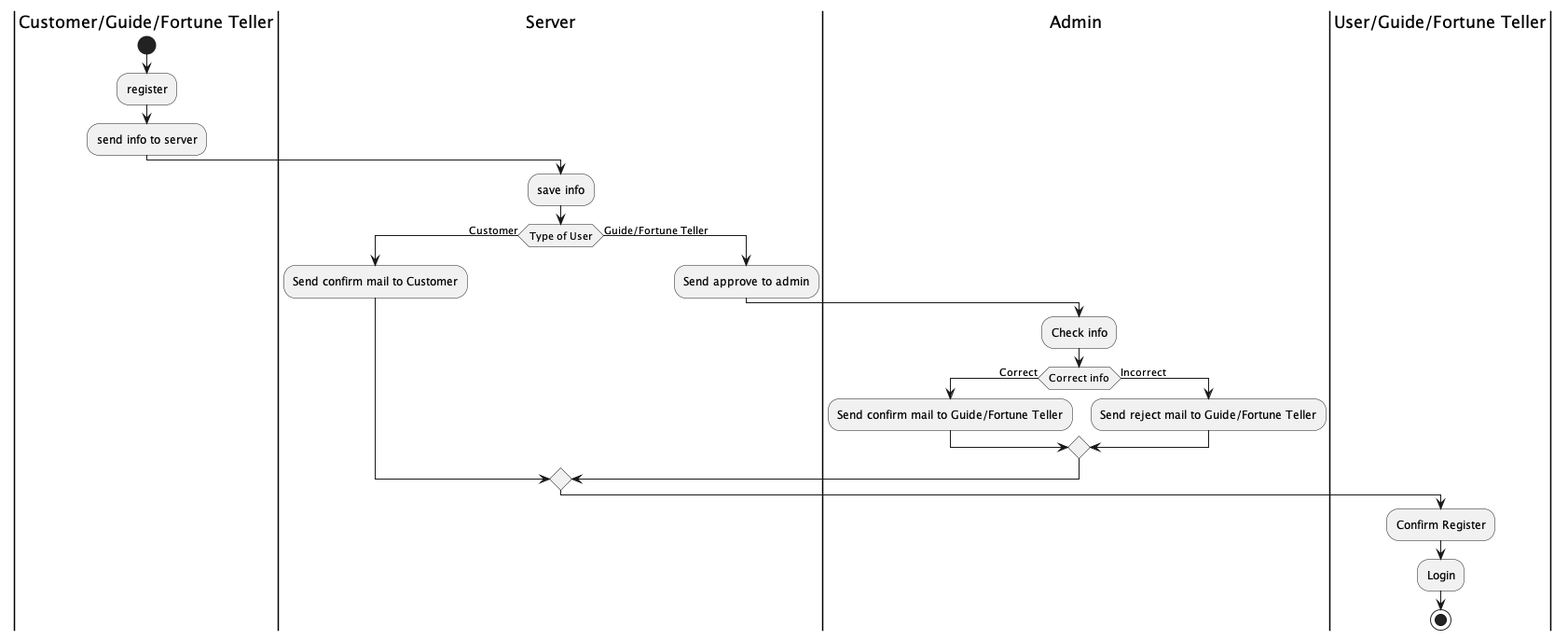
Before: out/activity-diagram/Register.png, a diagram exported from PlantUML (Nxwbtk/SA-Diagram). The source it was exported from:
```plantuml
@startuml
|Customer/Guide/Fortune Teller|
start
:register;
:send info to server;
|Server|
:save info;
if (Type of User) is (Customer) then
	:Send confirm mail to Customer;
else (Guide/Fortune Teller)
	|Server|
	:Send approve to admin;
	|Admin|
	:Check info;
	if (Correct info) is (Correct) then
		:Send confirm mail to Guide/Fortune Teller;
	else (Incorrect)
		:Send reject mail to Guide/Fortune Teller;
	endif
endif
|User/Guide/Fortune Teller|
:Confirm Register;
:Login;
stop

@enduml
```
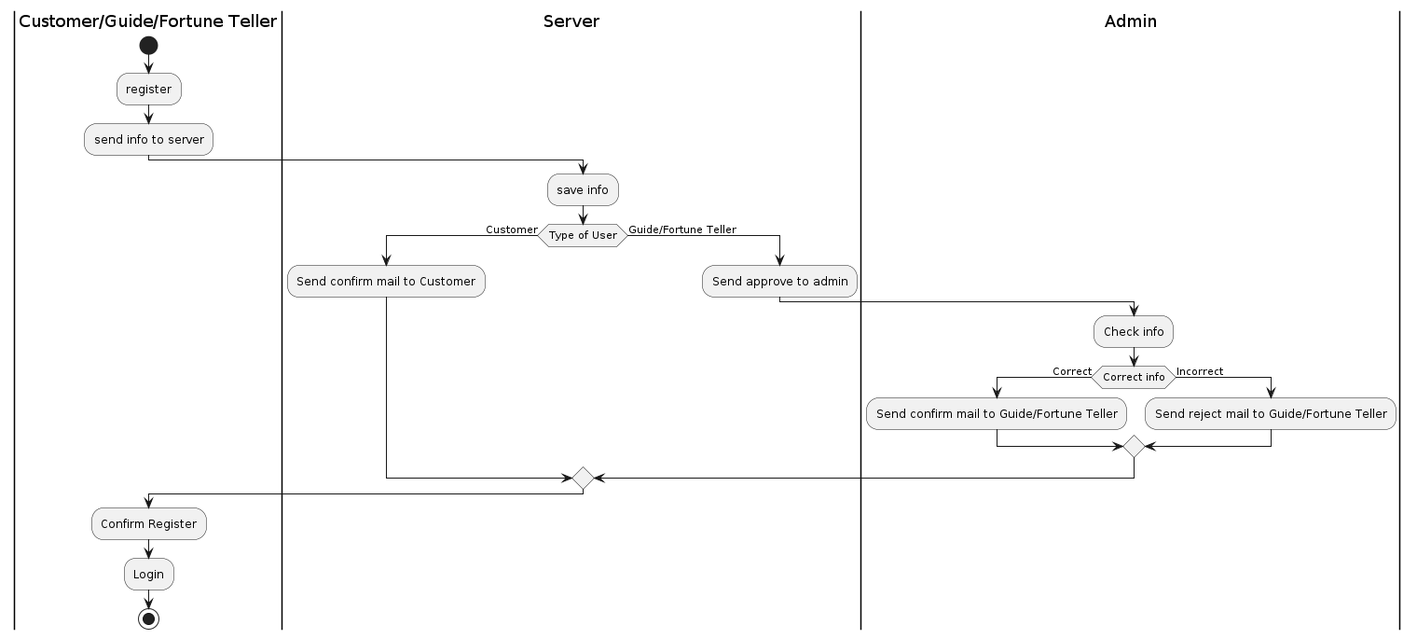
The same file after the commit.

Commit message:
FIX register system

What changed in the source:
```diff
@@ -18,7 +18,7 @@
 		:Send reject mail to Guide/Fortune Teller;
 	endif
 endif
-|User/Guide/Fortune Teller|
+|Customer/Guide/Fortune Teller|
 :Confirm Register;
 :Login;
 stop
```
